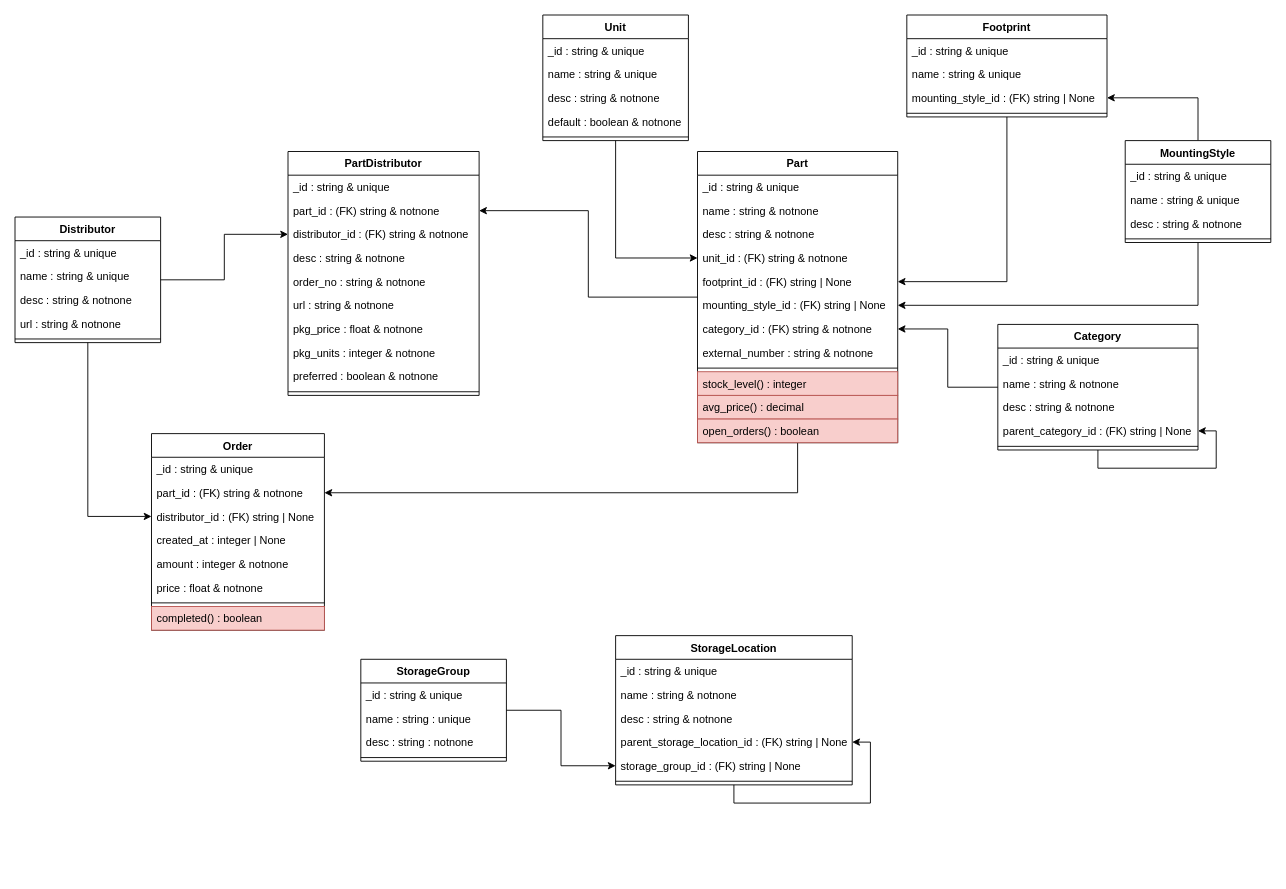
Before: docs/elements-classes.drawio in nils-ost/Inventory4Parts, a draw.io diagram. Source tidied: cells renumbered, new cells numbered last; positions are measured from the earlier drawing's top-left corner, leaving out a move shared by most shapes. Both pictures are drawn from the tidied source at 91%, with x=0, y=0 at pixel (15, 15).
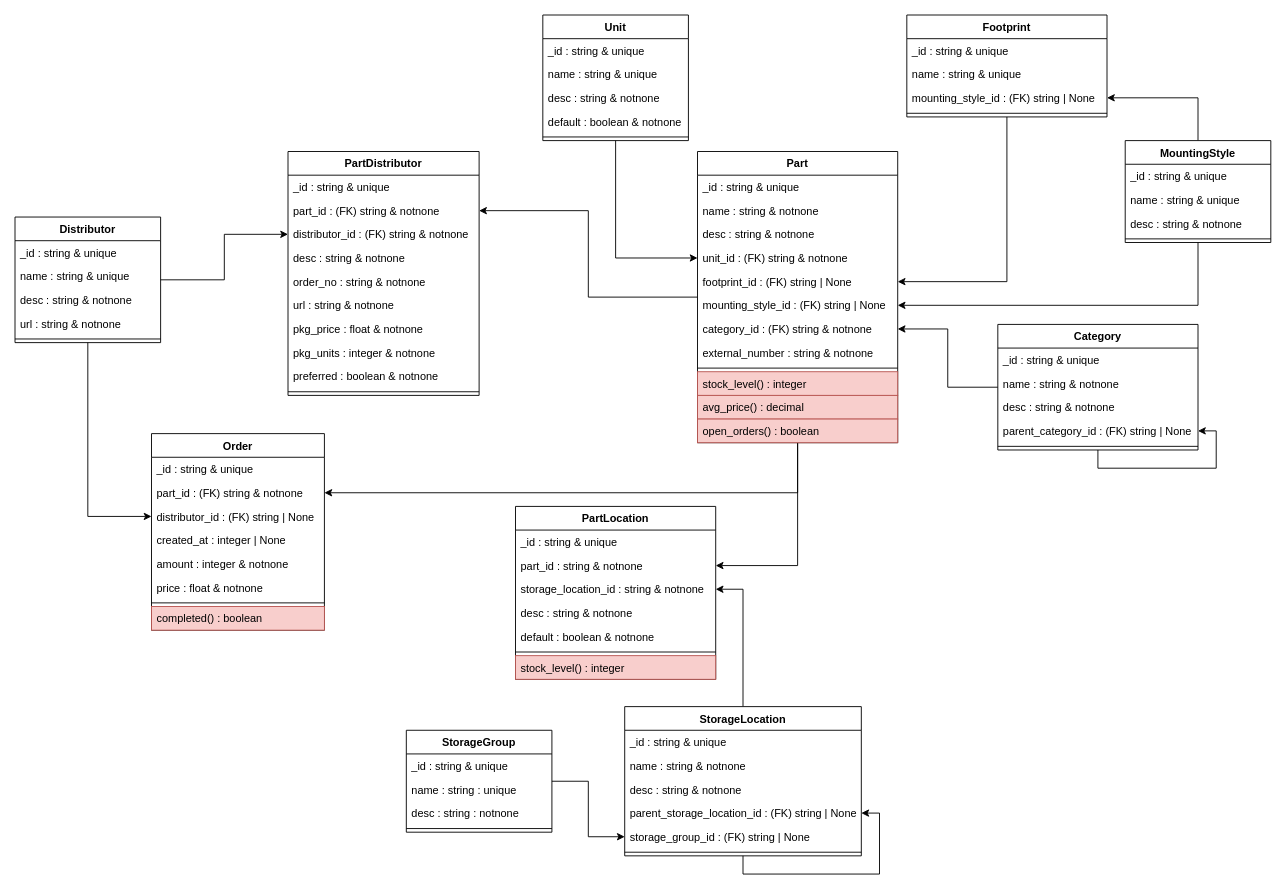
Above is the later version.

Unchanged cells that the change refers to:
```xml
<mxCell id="32" value="Part" style="swimlane;fontStyle=1;align=center;verticalAlign=top;horizontal=1;startSize=26;" parent="1" vertex="1">
  <mxGeometry x="750" y="150" width="220" height="320" as="geometry" />
</mxCell>
```

Change to the diagram source:
```diff
@@
+    <mxCell id="87" style="edgeStyle=orthogonalEdgeStyle;rounded=0;jettySize=auto;html=1;" parent="1" edge="1" source="32" target="91">
+      <mxGeometry x="0.07" y="20" relative="1" as="geometry" />
+    </mxCell>
@@
     <mxCell id="65" value="StorageGroup" style="swimlane;fontStyle=1;align=center;verticalAlign=top;horizontal=1;startSize=26;" parent="1" vertex="1">
-      <mxGeometry x="380" y="708" width="160" height="112" as="geometry" />
+      <mxGeometry x="430" y="786" width="160" height="112" as="geometry" />
     </mxCell>
@@
+    <mxCell id="88" style="edgeStyle=orthogonalEdgeStyle;rounded=0;jettySize=auto;html=1;" parent="1" edge="1" source="70" target="92">
+      <mxGeometry relative="1" as="geometry" />
+    </mxCell>
     <mxCell id="70" value="StorageLocation" style="swimlane;fontStyle=1;align=center;verticalAlign=top;horizontal=1;startSize=26;" parent="1" vertex="1">
-      <mxGeometry x="660" y="682" width="260" height="164" as="geometry" />
+      <mxGeometry x="670" y="760" width="260" height="164" as="geometry" />
     </mxCell>
@@
+    <mxCell id="89" value="PartLocation" style="swimlane;fontStyle=1;align=center;verticalAlign=top;horizontal=1;startSize=26;" parent="1" vertex="1">
+      <mxGeometry x="550" y="540" width="220" height="190" as="geometry" />
+    </mxCell>
+    <mxCell id="90" value="_id : string &amp; unique" style="text;strokeColor=none;fillColor=none;align=left;verticalAlign=top;spacingLeft=4;spacingRight=4;overflow=hidden;" parent="89" vertex="1">
+      <mxGeometry y="26" width="220" height="26" as="geometry" />
+    </mxCell>
+    <mxCell id="91" value="part_id : string &amp; notnone" style="text;strokeColor=none;fillColor=none;align=left;verticalAlign=top;spacingLeft=4;spacingRight=4;overflow=hidden;points=[[0,0.5],[1,0.5]];portConstraint=eastwest;" parent="89" vertex="1">
+      <mxGeometry y="52" width="220" height="26" as="geometry" />
+    </mxCell>
+    <mxCell id="92" value="storage_location_id : string &amp; notnone" style="text;strokeColor=none;fillColor=none;align=left;verticalAlign=top;spacingLeft=4;spacingRight=4;overflow=hidden;points=[[0,0.5],[1,0.5]];portConstraint=eastwest;" parent="89" vertex="1">
+      <mxGeometry y="78" width="220" height="26" as="geometry" />
+    </mxCell>
+    <mxCell id="93" value="desc : string &amp; notnone" style="text;strokeColor=none;fillColor=none;align=left;verticalAlign=top;spacingLeft=4;spacingRight=4;overflow=hidden;" parent="89" vertex="1">
+      <mxGeometry y="104" width="220" height="26" as="geometry" />
+    </mxCell>
+    <mxCell id="94" value="default : boolean &amp; notnone" style="text;strokeColor=none;fillColor=none;align=left;verticalAlign=top;spacingLeft=4;spacingRight=4;overflow=hidden;" parent="89" vertex="1">
+      <mxGeometry y="130" width="220" height="26" as="geometry" />
+    </mxCell>
+    <mxCell id="95" style="line;strokeWidth=1;fillColor=none;align=left;verticalAlign=middle;spacingTop=-1;spacingLeft=3;spacingRight=3;labelPosition=right;" parent="89" vertex="1">
+      <mxGeometry y="156" width="220" height="8" as="geometry" />
+    </mxCell>
+    <mxCell id="96" value="stock_level() : integer" style="text;strokeColor=#b85450;fillColor=#f8cecc;align=left;verticalAlign=top;spacingLeft=4;spacingRight=4;overflow=hidden;" parent="89" vertex="1">
+      <mxGeometry y="164" width="220" height="26" as="geometry" />
+    </mxCell>
```
